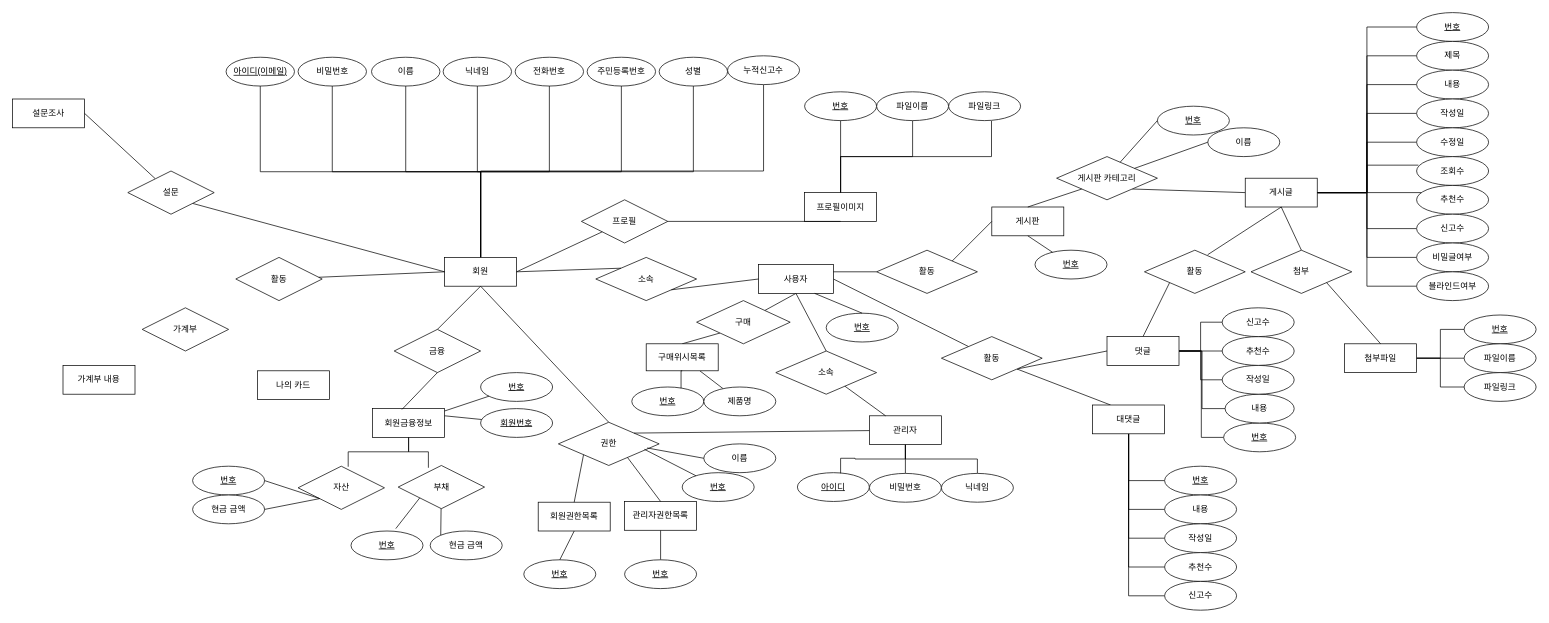
The draw.io diagram 제목 없는 다이어그램.drawio in Heailey/ERD, before the edit. Source tidied: cells renumbered, new cells numbered last; positions are measured from the earlier drawing's top-left corner, leaving out a move shared by most shapes. Both pictures are drawn from the tidied source at 72%, with x=0, y=0 at pixel (12, 12).
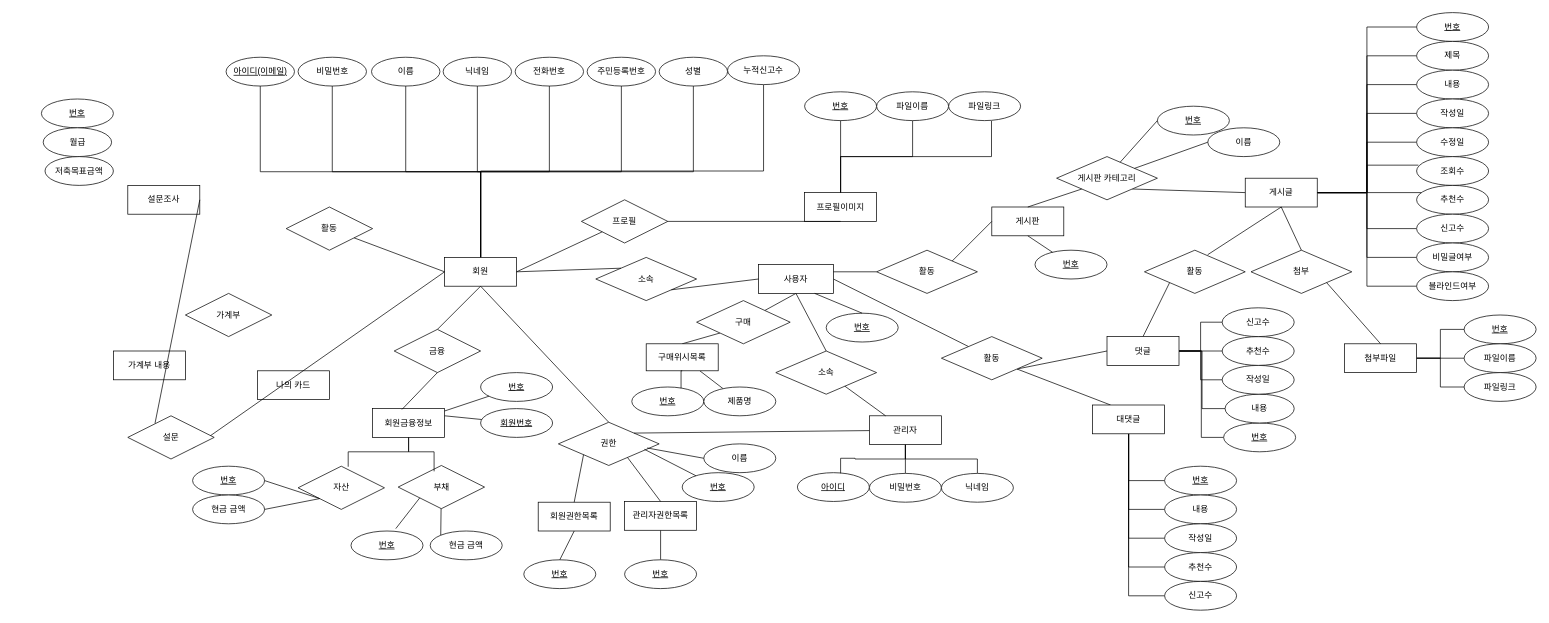
The same diagram, later.

Commit message (it also covers changes not shown here):
제목 없는 다이어그램.drawio 업데이트

The change refers to these unchanged cells:
```xml
<mxCell id="36" value="회원금융정보" style="whiteSpace=wrap;html=1;" parent="1" vertex="1">
  <mxGeometry x="500" y="550" width="100" height="40" as="geometry" />
</mxCell>
<mxCell id="48" value="부채" style="shape=rhombus;perimeter=rhombusPerimeter;whiteSpace=wrap;html=1;align=center;" parent="1" vertex="1">
  <mxGeometry x="535.5" y="629" width="120" height="60" as="geometry" />
</mxCell>
```

Diff of the diagram source:
```diff
@@
     <mxCell id="18" value="활동" style="shape=rhombus;perimeter=rhombusPerimeter;whiteSpace=wrap;html=1;align=center;" parent="1" vertex="1">
-      <mxGeometry x="310" y="340" width="120" height="60" as="geometry" />
+      <mxGeometry x="380" y="270" width="120" height="60" as="geometry" />
     </mxCell>
     <mxCell id="19" value="가계부 내용" style="whiteSpace=wrap;html=1;align=center;" parent="1" vertex="1">
-      <mxGeometry x="70" y="490" width="100" height="40" as="geometry" />
+      <mxGeometry x="140" y="470" width="100" height="40" as="geometry" />
     </mxCell>
@@
     <mxCell id="37" value="설문" style="shape=rhombus;perimeter=rhombusPerimeter;whiteSpace=wrap;html=1;align=center;" parent="1" vertex="1">
-      <mxGeometry x="160" y="220" width="120" height="60" as="geometry" />
+      <mxGeometry x="160" y="560" width="120" height="60" as="geometry" />
     </mxCell>
     <mxCell id="38" value="설문조사" style="whiteSpace=wrap;html=1;align=center;" parent="1" vertex="1">
-      <mxGeometry y="120" width="100" height="40" as="geometry" />
+      <mxGeometry x="160" y="240" width="100" height="40" as="geometry" />
     </mxCell>
@@
-    <mxCell id="49" style="edgeStyle=orthogonalEdgeStyle;rounded=0;jettySize=auto;html=1;exitX=0.5;exitY=1;exitDx=0;exitDy=0;entryX=0.35;entryY=0.053;entryDx=0;entryDy=0;entryPerimeter=0;endArrow=none;endFill=0;" parent="1" edge="1" source="36" target="48">
+    <mxCell id="49" style="edgeStyle=orthogonalEdgeStyle;rounded=0;jettySize=auto;html=1;exitX=0.5;exitY=1;exitDx=0;exitDy=0;entryX=0.416;entryY=0.136;entryDx=0;entryDy=0;entryPerimeter=0;endArrow=none;endFill=0;" parent="1" edge="1" source="36" target="48">
       <mxGeometry relative="1" as="geometry" />
     </mxCell>
@@
     <mxCell id="83" value="가계부" style="shape=rhombus;perimeter=rhombusPerimeter;whiteSpace=wrap;html=1;align=center;" parent="1" vertex="1">
-      <mxGeometry x="180" y="410" width="120" height="60" as="geometry" />
+      <mxGeometry x="240" y="390" width="120" height="60" as="geometry" />
     </mxCell>
@@
+    <mxCell id="171" value="번호" style="ellipse;whiteSpace=wrap;html=1;align=center;fontStyle=4;" parent="1" vertex="1">
+      <mxGeometry x="40" y="120" width="100" height="40" as="geometry" />
+    </mxCell>
+    <mxCell id="172" value="월급" style="ellipse;whiteSpace=wrap;html=1;align=center;" parent="1" vertex="1">
+      <mxGeometry x="42.5" y="160" width="95" height="40" as="geometry" />
+    </mxCell>
+    <mxCell id="173" value="저축목표금액" style="ellipse;whiteSpace=wrap;html=1;align=center;" parent="1" vertex="1">
+      <mxGeometry x="45" y="200" width="95" height="40" as="geometry" />
+    </mxCell>
```
